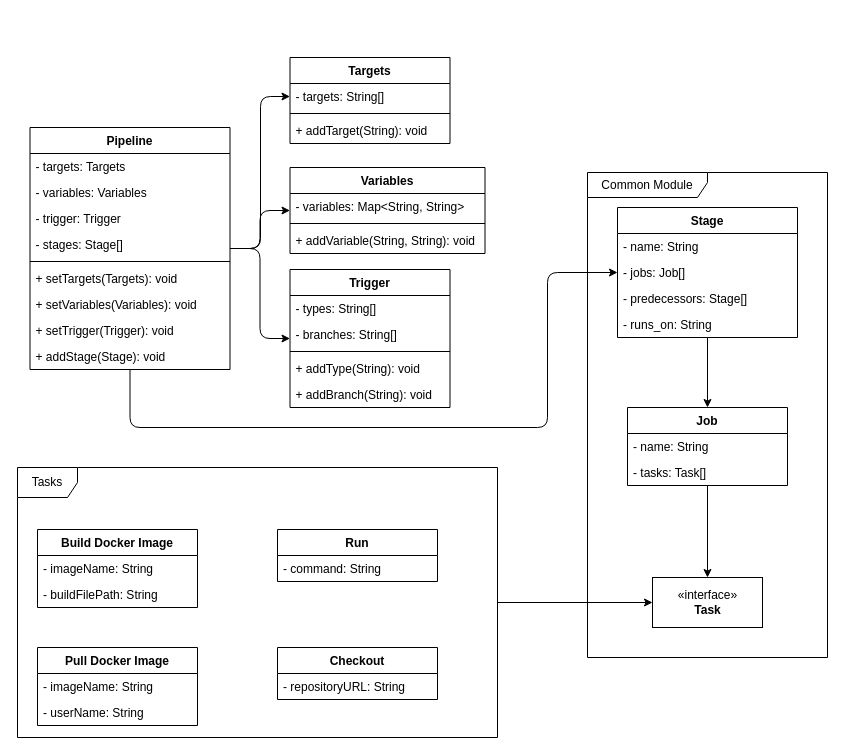
The draw.io diagram page "SemanticModel" (3 of 6) of documentation/diagrams/SystemOverview.drawio in Tobiaskr12/SingularCI, before the edit. Source tidied: cells renumbered, new cells numbered last; positions are measured from the earlier drawing's top-left corner, leaving out a move shared by most shapes. Both pictures are drawn from the tidied source at 100%, with x=0, y=0 at pixel (17, 57).
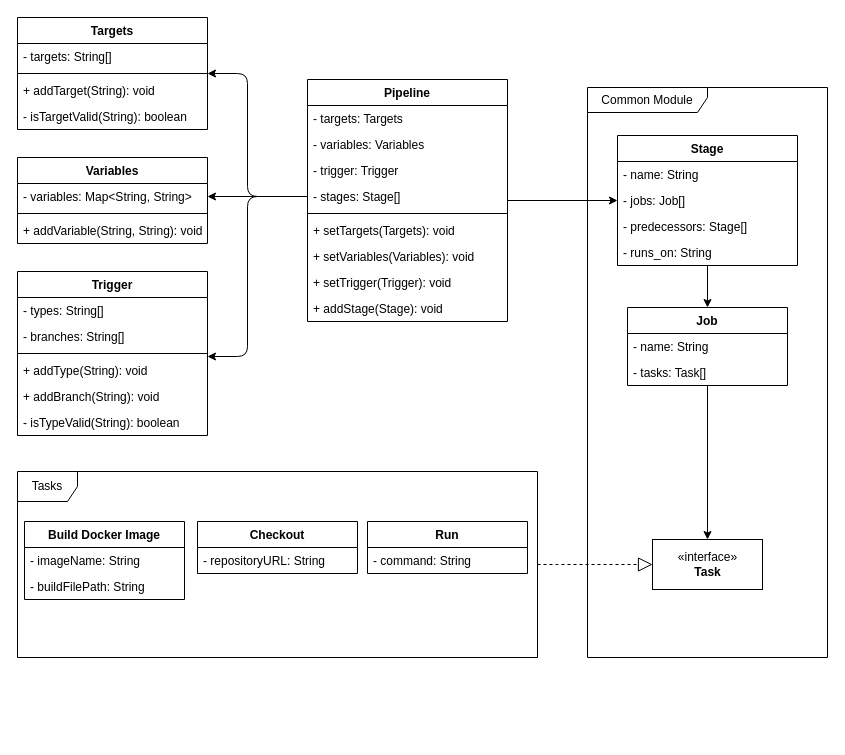
After the change.

Unchanged cells that the change refers to:
```xml
<mxCell id="38" value="- stages: Stage[]" style="text;strokeColor=none;fillColor=none;align=left;verticalAlign=top;spacingLeft=4;spacingRight=4;overflow=hidden;points=[[0,0.5],[1,0.5]];portConstraint=eastwest;" parent="34" vertex="1">
  <mxGeometry y="104" width="200" height="26" as="geometry" />
</mxCell>
<mxCell id="47" value="- jobs: Job[]" style="text;strokeColor=none;fillColor=none;align=left;verticalAlign=top;spacingLeft=4;spacingRight=4;overflow=hidden;points=[[0,0.5],[1,0.5]];portConstraint=eastwest;" parent="45" vertex="1">
  <mxGeometry y="52" width="180" height="26" as="geometry" />
</mxCell>
```

What changed in the source:
```diff
@@
     <mxCell id="2" value="Common Module" style="shape=umlFrame;whiteSpace=wrap;html=1;width=120;height=25;" parent="1" vertex="1">
-      <mxGeometry x="570" y="115" width="240" height="485" as="geometry" />
+      <mxGeometry x="570" y="30" width="240" height="570" as="geometry" />
     </mxCell>
     <mxCell id="3" value="«interface»&lt;br&gt;&lt;b&gt;Task&lt;/b&gt;" style="html=1;" parent="1" vertex="1">
-      <mxGeometry x="635" y="520" width="110" height="50" as="geometry" />
+      <mxGeometry x="635" y="482" width="110" height="50" as="geometry" />
     </mxCell>
     <mxCell id="4" value="Variables" style="swimlane;fontStyle=1;align=center;verticalAlign=top;horizontal=1;startSize=26;" parent="1" vertex="1">
-      <mxGeometry x="272.5" y="110" width="195" height="86" as="geometry" />
+      <mxGeometry y="100" width="190" height="86" as="geometry" />
     </mxCell>
     <mxCell id="5" value="- variables: Map&lt;String, String&gt;" style="text;strokeColor=none;fillColor=none;align=left;verticalAlign=top;spacingLeft=4;spacingRight=4;overflow=hidden;points=[[0,0.5],[1,0.5]];portConstraint=eastwest;" parent="4" vertex="1">
-      <mxGeometry y="26" width="195" height="26" as="geometry" />
+      <mxGeometry y="26" width="190" height="26" as="geometry" />
     </mxCell>
     <mxCell id="6" style="line;strokeWidth=1;fillColor=none;align=left;verticalAlign=middle;spacingTop=-1;spacingLeft=3;spacingRight=3;labelPosition=right;" parent="4" vertex="1">
-      <mxGeometry y="52" width="195" height="8" as="geometry" />
+      <mxGeometry y="52" width="190" height="8" as="geometry" />
     </mxCell>
     <mxCell id="7" value="+ addVariable(String, String): void " style="text;strokeColor=none;fillColor=none;align=left;verticalAlign=top;spacingLeft=4;spacingRight=4;overflow=hidden;" parent="4" vertex="1">
-      <mxGeometry y="60" width="195" height="26" as="geometry" />
+      <mxGeometry y="60" width="190" height="26" as="geometry" />
     </mxCell>
-    <mxCell id="8" style="edgeStyle=orthogonalEdgeStyle;html=1;" parent="1" edge="1" source="9" target="3">
-      <mxGeometry relative="1" as="geometry" />
+    <mxCell id="8" style="edgeStyle=orthogonalEdgeStyle;html=1;endArrow=block;endFill=0;dashed=1;startSize=12;endSize=12;" parent="1" edge="1" source="9" target="3">
+      <mxGeometry relative="1" as="geometry">
+        <Array as="points">
+          <mxPoint x="550" y="507" />
+          <mxPoint x="550" y="507" />
+        </Array>
+      </mxGeometry>
     </mxCell>
     <mxCell id="9" value="Tasks" style="shape=umlFrame;whiteSpace=wrap;html=1;" parent="1" vertex="1">
-      <mxGeometry y="410" width="480" height="270" as="geometry" />
+      <mxGeometry y="414" width="520" height="186" as="geometry" />
     </mxCell>
     <mxCell id="10" value="Trigger" style="swimlane;fontStyle=1;align=center;verticalAlign=top;horizontal=1;startSize=26;" parent="1" vertex="1">
-      <mxGeometry x="272.5" y="212" width="160" height="138" as="geometry" />
+      <mxGeometry y="214" width="190" height="164" as="geometry" />
     </mxCell>
     <mxCell id="11" value="- types: String[]" style="text;strokeColor=none;fillColor=none;align=left;verticalAlign=top;spacingLeft=4;spacingRight=4;overflow=hidden;" parent="10" vertex="1">
-      <mxGeometry y="26" width="160" height="26" as="geometry" />
+      <mxGeometry y="26" width="190" height="26" as="geometry" />
     </mxCell>
     <mxCell id="12" value="- branches: String[]" style="text;strokeColor=none;fillColor=none;align=left;verticalAlign=top;spacingLeft=4;spacingRight=4;overflow=hidden;" parent="10" vertex="1">
-      <mxGeometry y="52" width="160" height="26" as="geometry" />
+      <mxGeometry y="52" width="190" height="26" as="geometry" />
     </mxCell>
     <mxCell id="13" style="line;strokeWidth=1;fillColor=none;align=left;verticalAlign=middle;spacingTop=-1;spacingLeft=3;spacingRight=3;labelPosition=right;" parent="10" vertex="1">
-      <mxGeometry y="78" width="160" height="8" as="geometry" />
+      <mxGeometry y="78" width="190" height="8" as="geometry" />
     </mxCell>
     <mxCell id="14" value="+ addType(String): void&#10;" style="text;strokeColor=none;fillColor=none;align=left;verticalAlign=top;spacingLeft=4;spacingRight=4;overflow=hidden;" parent="10" vertex="1">
-      <mxGeometry y="86" width="160" height="26" as="geometry" />
+      <mxGeometry y="86" width="190" height="26" as="geometry" />
     </mxCell>
     <mxCell id="15" value="+ addBranch(String): void&#10;" style="text;strokeColor=none;fillColor=none;align=left;verticalAlign=top;spacingLeft=4;spacingRight=4;overflow=hidden;" parent="10" vertex="1">
-      <mxGeometry y="112" width="160" height="26" as="geometry" />
+      <mxGeometry y="112" width="190" height="26" as="geometry" />
     </mxCell>
+    <mxCell id="54" value="- isTypeValid(String): boolean&#10;" style="text;strokeColor=none;fillColor=none;align=left;verticalAlign=top;spacingLeft=4;spacingRight=4;overflow=hidden;" parent="10" vertex="1">
+      <mxGeometry y="138" width="190" height="26" as="geometry" />
+    </mxCell>
     <mxCell id="16" value="Targets" style="swimlane;fontStyle=1;align=center;verticalAlign=top;horizontal=1;startSize=26;" parent="1" vertex="1">
-      <mxGeometry x="272.5" width="160" height="86" as="geometry" />
+      <mxGeometry y="-40" width="190" height="112" as="geometry" />
     </mxCell>
     <mxCell id="17" value="- targets: String[]" style="text;strokeColor=none;fillColor=none;align=left;verticalAlign=top;spacingLeft=4;spacingRight=4;overflow=hidden;points=[[0,0.5],[1,0.5]];portConstraint=eastwest;" parent="16" vertex="1">
-      <mxGeometry y="26" width="160" height="26" as="geometry" />
+      <mxGeometry y="26" width="190" height="26" as="geometry" />
     </mxCell>
     <mxCell id="18" style="line;strokeWidth=1;fillColor=none;align=left;verticalAlign=middle;spacingTop=-1;spacingLeft=3;spacingRight=3;labelPosition=right;" parent="16" vertex="1">
-      <mxGeometry y="52" width="160" height="8" as="geometry" />
+      <mxGeometry y="52" width="190" height="8" as="geometry" />
     </mxCell>
     <mxCell id="19" value="+ addTarget(String): void" style="text;strokeColor=none;fillColor=none;align=left;verticalAlign=top;spacingLeft=4;spacingRight=4;overflow=hidden;" parent="16" vertex="1">
-      <mxGeometry y="60" width="160" height="26" as="geometry" />
+      <mxGeometry y="60" width="190" height="26" as="geometry" />
     </mxCell>
+    <mxCell id="55" value="- isTargetValid(String): boolean&#10;" style="text;strokeColor=none;fillColor=none;align=left;verticalAlign=top;spacingLeft=4;spacingRight=4;overflow=hidden;" parent="16" vertex="1">
+      <mxGeometry y="86" width="190" height="26" as="geometry" />
+    </mxCell>
     <mxCell id="20" value="Build Docker Image" style="swimlane;fontStyle=1;align=center;verticalAlign=top;horizontal=1;startSize=26;" parent="1" vertex="1">
-      <mxGeometry x="20" y="472" width="160" height="78" as="geometry" />
+      <mxGeometry x="7" y="464" width="160" height="78" as="geometry" />
     </mxCell>
@@
-    <mxCell id="23" value="Pull Docker Image" style="swimlane;fontStyle=1;align=center;verticalAlign=top;horizontal=1;startSize=26;" parent="1" vertex="1">
-      <mxGeometry x="20" y="590" width="160" height="78" as="geometry" />
-    </mxCell>
-    <mxCell id="24" value="- imageName: String" style="text;strokeColor=none;fillColor=none;align=left;verticalAlign=top;spacingLeft=4;spacingRight=4;overflow=hidden;" parent="23" vertex="1">
-      <mxGeometry y="26" width="160" height="26" as="geometry" />
-    </mxCell>
-    <mxCell id="25" value="- userName: String" style="text;strokeColor=none;fillColor=none;align=left;verticalAlign=top;spacingLeft=4;spacingRight=4;overflow=hidden;" parent="23" vertex="1">
-      <mxGeometry y="52" width="160" height="26" as="geometry" />
-    </mxCell>
     <mxCell id="26" value="Checkout" style="swimlane;fontStyle=1;align=center;verticalAlign=top;horizontal=1;startSize=26;" parent="1" vertex="1">
-      <mxGeometry x="260" y="590" width="160" height="52" as="geometry" />
+      <mxGeometry x="180" y="464" width="160" height="52" as="geometry" />
     </mxCell>
@@
     <mxCell id="28" value="Run" style="swimlane;fontStyle=1;align=center;verticalAlign=top;horizontal=1;startSize=26;" parent="1" vertex="1">
-      <mxGeometry x="260" y="472" width="160" height="52" as="geometry" />
+      <mxGeometry x="350" y="464" width="160" height="52" as="geometry" />
     </mxCell>
@@
-    <mxCell id="30" style="edgeStyle=orthogonalEdgeStyle;html=1;entryX=0;entryY=0.5;entryDx=0;entryDy=0;" parent="1" edge="1" source="34" target="17">
+    <mxCell id="30" style="edgeStyle=orthogonalEdgeStyle;html=1;exitX=0;exitY=0.5;exitDx=0;exitDy=0;" parent="1" edge="1" source="38" target="16">
       <mxGeometry relative="1" as="geometry">
         <Array as="points">
-          <mxPoint x="243" y="191" />
-          <mxPoint x="243" y="39" />
+          <mxPoint x="230" y="139" />
+          <mxPoint x="230" y="16" />
         </Array>
       </mxGeometry>
     </mxCell>
-    <mxCell id="31" style="edgeStyle=orthogonalEdgeStyle;html=1;" parent="1" edge="1" source="34" target="4">
-      <mxGeometry relative="1" as="geometry" />
-    </mxCell>
-    <mxCell id="32" style="edgeStyle=orthogonalEdgeStyle;html=1;" parent="1" edge="1" source="34" target="10">
-      <mxGeometry relative="1" as="geometry" />
+    <mxCell id="32" style="edgeStyle=orthogonalEdgeStyle;html=1;exitX=0;exitY=0.5;exitDx=0;exitDy=0;" parent="1" edge="1" source="38" target="10">
+      <mxGeometry relative="1" as="geometry">
+        <Array as="points">
+          <mxPoint x="230" y="139" />
+          <mxPoint x="230" y="299" />
+        </Array>
+      </mxGeometry>
     </mxCell>
-    <mxCell id="33" style="edgeStyle=orthogonalEdgeStyle;html=1;" parent="1" edge="1" source="34" target="45">
-      <mxGeometry relative="1" as="geometry">
-        <Array as="points">
-          <mxPoint x="113" y="370" />
-          <mxPoint x="530" y="370" />
-          <mxPoint x="530" y="215" />
-        </Array>
-      </mxGeometry>
-    </mxCell>
+    <mxCell id="56" style="edgeStyle=orthogonalEdgeStyle;html=1;exitX=1;exitY=0.5;exitDx=0;exitDy=0;startArrow=none;startFill=0;endArrow=classic;endFill=1;startSize=10;endSize=6;" parent="1" edge="1" source="34" target="47">
+      <mxGeometry relative="1" as="geometry" />
+    </mxCell>
     <mxCell id="34" value="Pipeline" style="swimlane;fontStyle=1;align=center;verticalAlign=top;horizontal=1;startSize=26;" parent="1" vertex="1">
-      <mxGeometry x="12.5" y="70" width="200" height="242" as="geometry" />
+      <mxGeometry x="290" y="22" width="200" height="242" as="geometry" />
     </mxCell>
@@
     <mxCell id="45" value="Stage" style="swimlane;fontStyle=1;align=center;verticalAlign=top;horizontal=1;startSize=26;" parent="1" vertex="1">
-      <mxGeometry x="600" y="150" width="180" height="130" as="geometry" />
+      <mxGeometry x="600" y="78" width="180" height="130" as="geometry" />
     </mxCell>
@@
     <mxCell id="51" value="Job" style="swimlane;fontStyle=1;align=center;verticalAlign=top;horizontal=1;startSize=26;" parent="1" vertex="1">
-      <mxGeometry x="610" y="350" width="160" height="78" as="geometry" />
+      <mxGeometry x="610" y="250" width="160" height="78" as="geometry" />
     </mxCell>
@@
+    <mxCell id="57" style="edgeStyle=orthogonalEdgeStyle;html=1;exitX=0;exitY=0.5;exitDx=0;exitDy=0;entryX=1;entryY=0.5;entryDx=0;entryDy=0;startArrow=none;startFill=0;endArrow=classic;endFill=1;startSize=10;endSize=6;" parent="1" edge="1" source="38" target="5">
+      <mxGeometry relative="1" as="geometry" />
+    </mxCell>
```
